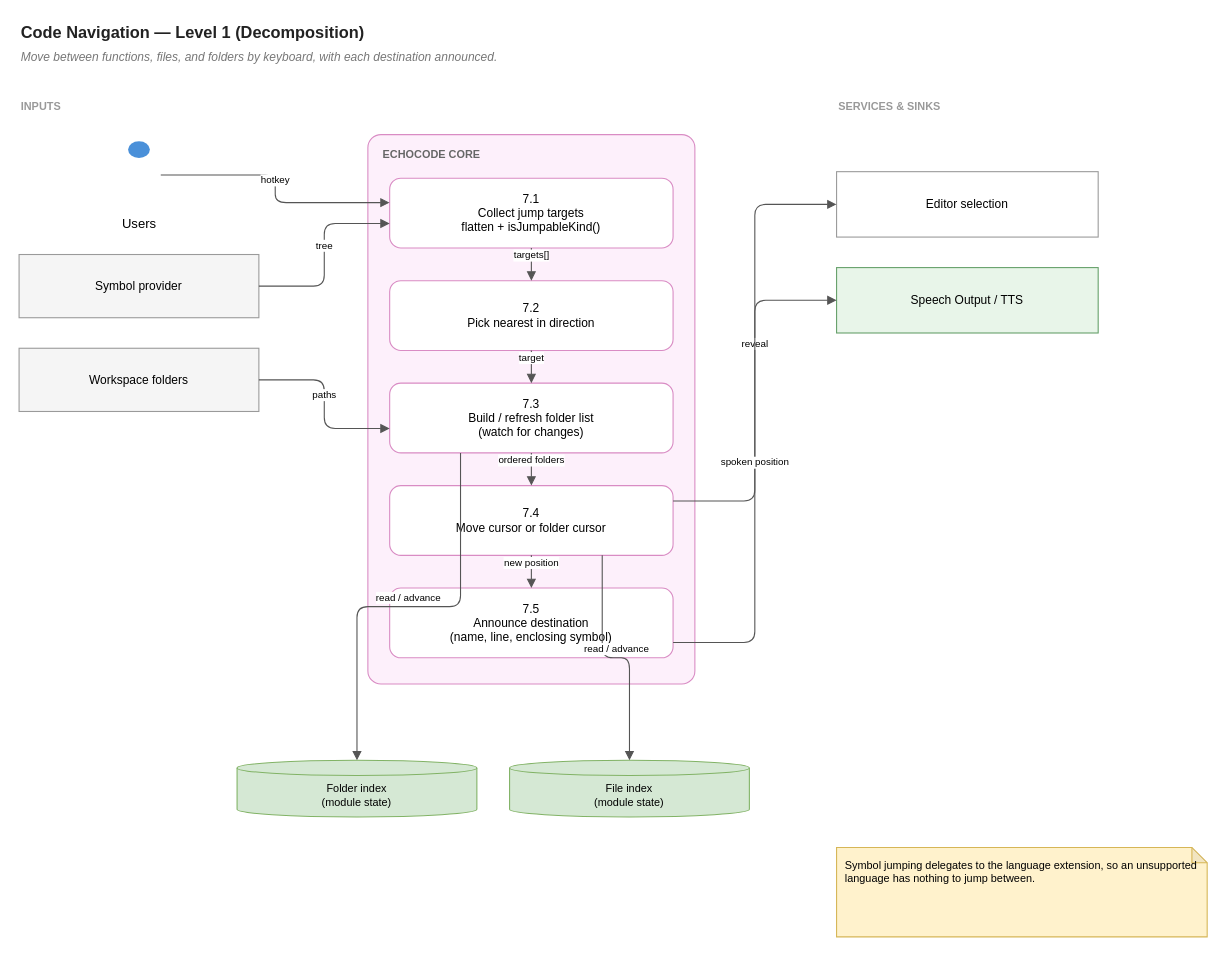
Earlier version of the draw.io diagram page "Level 1 — Decomposition" (2 of 2) of wiki/diagrams/07-code-navigation.drawio (hpcclab/EchoCode). Source tidied: cells renumbered, new cells numbered last; positions are measured from the earlier drawing's top-left corner, leaving out a move shared by most shapes. Both pictures are drawn from the tidied source at 109%, with x=0, y=0 at pixel (19, 19).
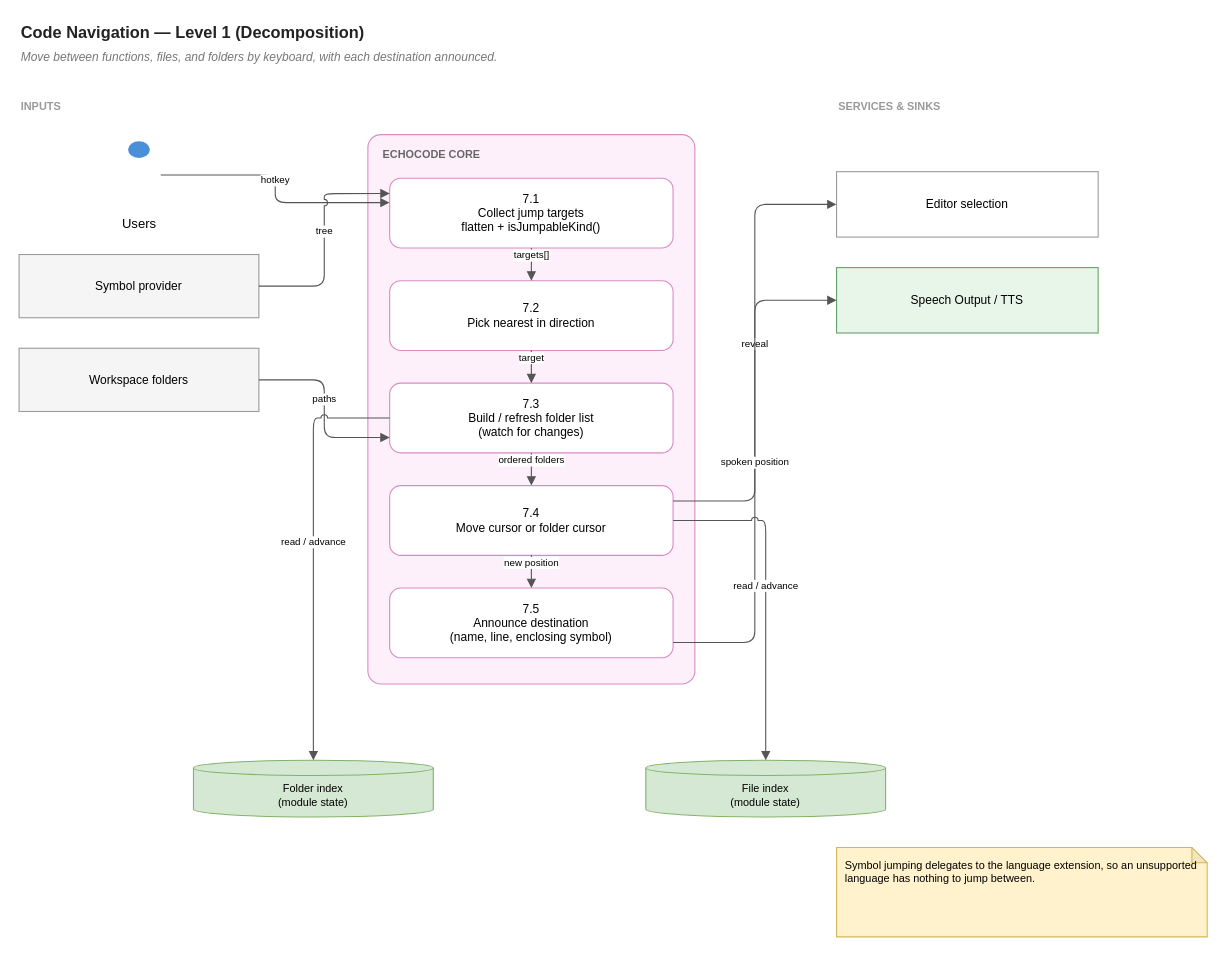
Above is the later version.

The change refers to these unchanged cells:
```xml
<mxCell id="7" value="7.1&#10;Collect jump targets&#10;flatten + isJumpableKind()" style="rounded=1;whiteSpace=wrap;html=1;fillColor=#ffffff;strokeColor=#d98cc4;fontSize=11;arcSize=16;" parent="6" vertex="1">
  <mxGeometry x="20" y="40" width="260" height="64" as="geometry" />
</mxCell>
<mxCell id="9" value="7.3&#10;Build / refresh folder list&#10;(watch for changes)" style="rounded=1;whiteSpace=wrap;html=1;fillColor=#ffffff;strokeColor=#d98cc4;fontSize=11;arcSize=16;" parent="6" vertex="1">
  <mxGeometry x="20" y="228" width="260" height="64" as="geometry" />
</mxCell>
<mxCell id="10" value="7.4&#10;Move cursor or folder cursor" style="rounded=1;whiteSpace=wrap;html=1;fillColor=#ffffff;strokeColor=#d98cc4;fontSize=11;arcSize=16;" parent="6" vertex="1">
  <mxGeometry x="20" y="322" width="260" height="64" as="geometry" />
</mxCell>
<mxCell id="13" value="Symbol provider" style="rounded=0;whiteSpace=wrap;html=1;fillColor=#f5f5f5;strokeColor=#9a9a9a;fontSize=11;" parent="1" vertex="1">
  <mxGeometry y="216" width="220" height="58" as="geometry" />
</mxCell>
<mxCell id="14" value="Workspace folders" style="rounded=0;whiteSpace=wrap;html=1;fillColor=#f5f5f5;strokeColor=#9a9a9a;fontSize=11;" parent="1" vertex="1">
  <mxGeometry y="302" width="220" height="58" as="geometry" />
</mxCell>
```

Change to the diagram source:
```diff
@@
     <mxCell id="17" value="Folder index&#10;(module state)" style="shape=cylinder3;boundedLbl=1;backgroundOutline=1;size=7;whiteSpace=wrap;html=1;fillColor=#d5e8d4;strokeColor=#82b366;fontSize=10;" parent="1" vertex="1">
-      <mxGeometry x="200" y="680" width="220" height="52" as="geometry" />
+      <mxGeometry x="160" y="680" width="220" height="52" as="geometry" />
     </mxCell>
     <mxCell id="18" value="File index&#10;(module state)" style="shape=cylinder3;boundedLbl=1;backgroundOutline=1;size=7;whiteSpace=wrap;html=1;fillColor=#d5e8d4;strokeColor=#82b366;fontSize=10;" parent="1" vertex="1">
-      <mxGeometry x="450" y="680" width="220" height="52" as="geometry" />
+      <mxGeometry x="575" y="680" width="220" height="52" as="geometry" />
     </mxCell>
@@
-    <mxCell id="20" value="tree" style="edgeStyle=orthogonalEdgeStyle;rounded=1;html=1;endArrow=block;endFill=1;jettySize=auto;jumpStyle=arc;jumpSize=6;fontSize=9;labelBackgroundColor=#ffffff;verticalAlign=bottom;strokeColor=#555555;exitX=1;exitY=0.5;exitDx=0;exitDy=0;entryX=0;entryY=0.65;entryDx=0;entryDy=0;" parent="1" edge="1" source="13" target="7">
+    <mxCell id="20" value="tree" style="edgeStyle=orthogonalEdgeStyle;rounded=1;html=1;endArrow=block;endFill=1;jettySize=auto;jumpStyle=arc;jumpSize=6;fontSize=9;labelBackgroundColor=#ffffff;verticalAlign=bottom;strokeColor=#555555;exitX=1;exitY=0.5;exitDx=0;exitDy=0;entryX=0;entryY=0.22;entryDx=0;entryDy=0;" parent="1" edge="1" source="13" target="7">
       <mxGeometry relative="1" as="geometry" />
     </mxCell>
-    <mxCell id="21" value="paths" style="edgeStyle=orthogonalEdgeStyle;rounded=1;html=1;endArrow=block;endFill=1;jettySize=auto;jumpStyle=arc;jumpSize=6;fontSize=9;labelBackgroundColor=#ffffff;verticalAlign=bottom;strokeColor=#555555;exitX=1;exitY=0.5;exitDx=0;exitDy=0;entryX=0;entryY=0.65;entryDx=0;entryDy=0;" parent="1" edge="1" source="14" target="9">
+    <mxCell id="21" value="paths" style="edgeStyle=orthogonalEdgeStyle;rounded=1;html=1;endArrow=block;endFill=1;jettySize=auto;jumpStyle=arc;jumpSize=6;fontSize=9;labelBackgroundColor=#ffffff;verticalAlign=bottom;strokeColor=#555555;exitX=1;exitY=0.5;exitDx=0;exitDy=0;entryX=0;entryY=0.78;entryDx=0;entryDy=0;" parent="1" edge="1" source="14" target="9">
       <mxGeometry relative="1" as="geometry" />
     </mxCell>
@@
-    <mxCell id="28" value="read / advance" style="edgeStyle=orthogonalEdgeStyle;rounded=1;html=1;endArrow=block;endFill=1;jettySize=auto;jumpStyle=arc;jumpSize=6;fontSize=9;labelBackgroundColor=#ffffff;verticalAlign=bottom;strokeColor=#555555;exitX=0.25;exitY=1;exitDx=0;exitDy=0;entryX=0.5;entryY=0;entryDx=0;entryDy=0;" parent="1" edge="1" source="9" target="17">
+    <mxCell id="28" value="read / advance" style="edgeStyle=orthogonalEdgeStyle;rounded=1;html=1;endArrow=block;endFill=1;jettySize=auto;jumpStyle=arc;jumpSize=6;fontSize=9;labelBackgroundColor=#ffffff;verticalAlign=bottom;strokeColor=#555555;exitX=0;exitY=0.5;exitDx=0;exitDy=0;entryX=0.5;entryY=0;entryDx=0;entryDy=0;" parent="1" edge="1" source="9" target="17">
       <mxGeometry relative="1" as="geometry" />
     </mxCell>
-    <mxCell id="29" value="read / advance" style="edgeStyle=orthogonalEdgeStyle;rounded=1;html=1;endArrow=block;endFill=1;jettySize=auto;jumpStyle=arc;jumpSize=6;fontSize=9;labelBackgroundColor=#ffffff;verticalAlign=bottom;strokeColor=#555555;exitX=0.75;exitY=1;exitDx=0;exitDy=0;entryX=0.5;entryY=0;entryDx=0;entryDy=0;" parent="1" edge="1" source="10" target="18">
+    <mxCell id="29" value="read / advance" style="edgeStyle=orthogonalEdgeStyle;rounded=1;html=1;endArrow=block;endFill=1;jettySize=auto;jumpStyle=arc;jumpSize=6;fontSize=9;labelBackgroundColor=#ffffff;verticalAlign=bottom;strokeColor=#555555;exitX=1;exitY=0.5;exitDx=0;exitDy=0;entryX=0.5;entryY=0;entryDx=0;entryDy=0;" parent="1" edge="1" source="10" target="18">
       <mxGeometry relative="1" as="geometry" />
     </mxCell>
```
